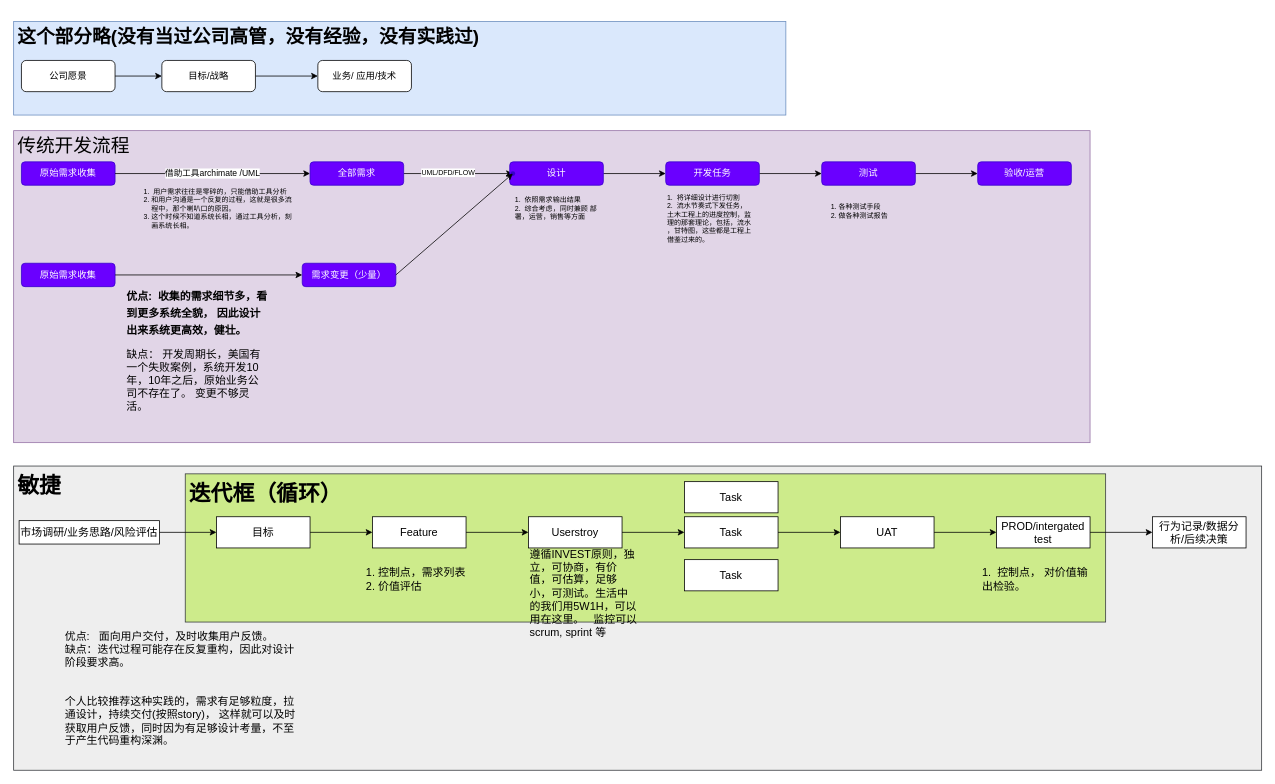
Earlier version of the draw.io diagram 开发流程比较.drawio (Evan2698/WorkFlowItem). Source tidied: cells renumbered, new cells numbered last; positions are measured from the earlier drawing's top-left corner, leaving out a move shared by most shapes. Both pictures are drawn from the tidied source at 78%, with x=0, y=0 at pixel (13, 21).
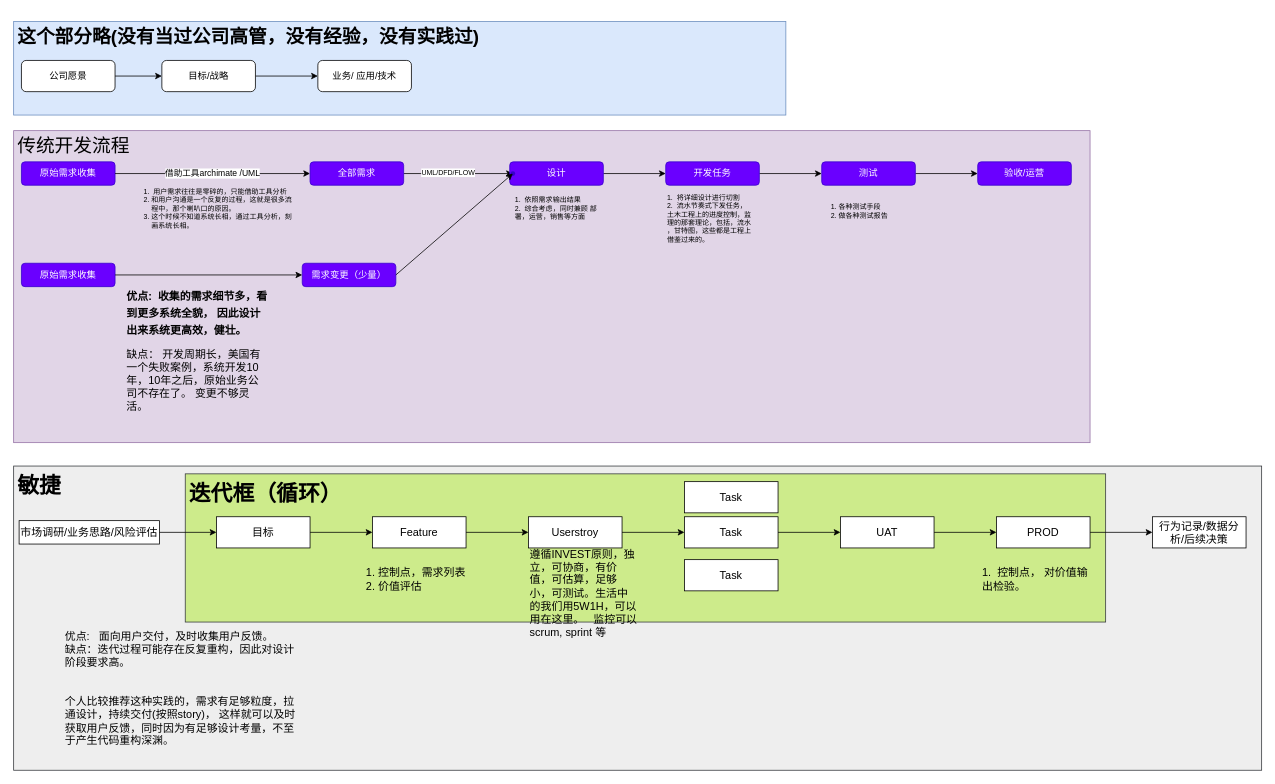
Above is the later version.

Commit message:
Update 开发流程比较.drawio

What changed in the source:
```diff
@@
-    <mxCell id="48" value="PROD/intergated test" style="rounded=0;whiteSpace=wrap;html=1;fontSize=14;" parent="1" vertex="1">
+    <mxCell id="48" value="PROD" style="rounded=0;whiteSpace=wrap;html=1;fontSize=14;" parent="1" vertex="1">
       <mxGeometry x="1260" y="635" width="120" height="40" as="geometry" />
     </mxCell>
```
